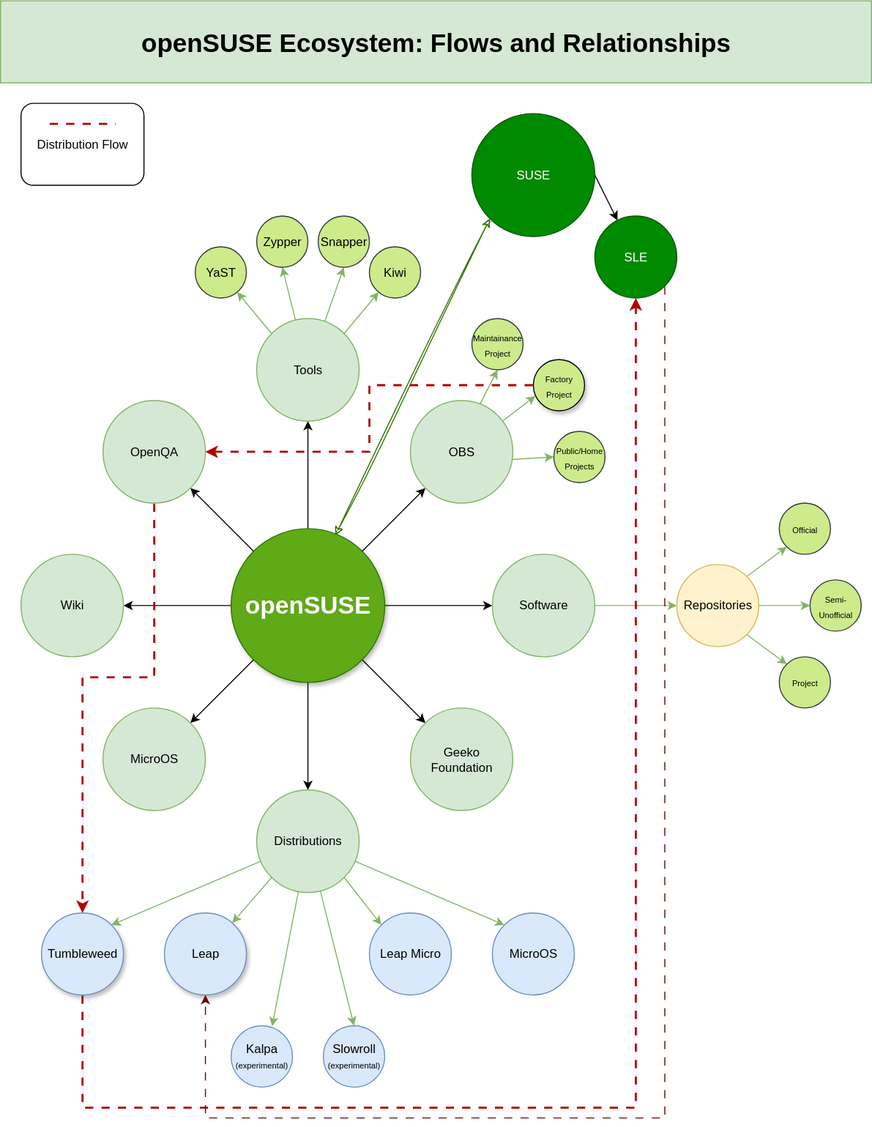
djmenig/openSUSE-website keeps this draw.io diagram as openSUSE-Ecosystem.drawio.svg. Above is the earlier version. Source tidied: cells renumbered, new cells last; positions are measured from the earlier drawing's top-left corner, leaving out a move shared by most shapes.
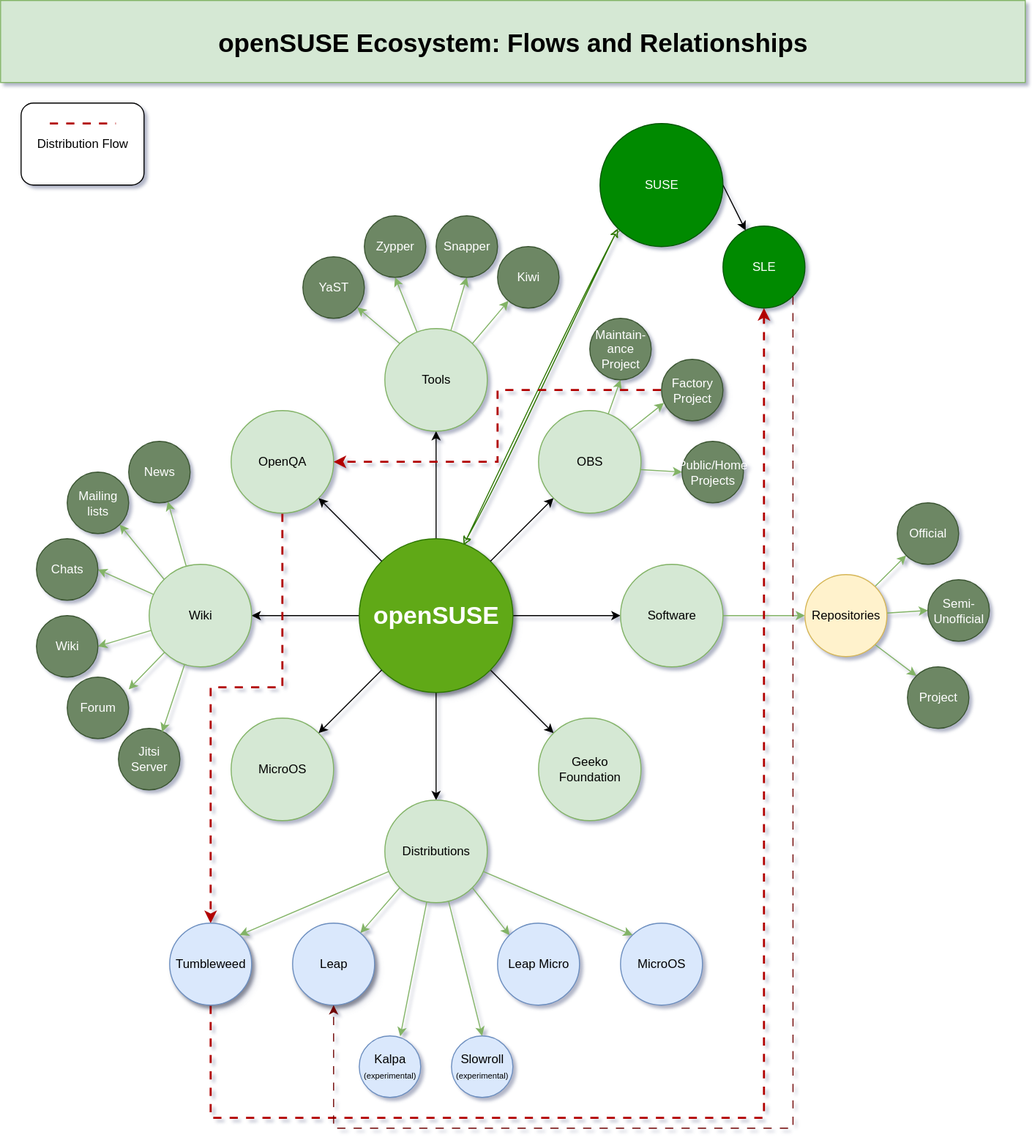
After the commit.

Commit message:
Update Ecosystem charts and include new file format version

Diff of the diagram source:
```diff
@@ -3,7 +3,7 @@
     <mxCell id="0" />
     <mxCell id="1" parent="0" />
     <mxCell id="2" value="Distribution Flow" style="rounded=1;whiteSpace=wrap;html=1;" parent="1" vertex="1">
-      <mxGeometry x="20" y="100" width="120" height="80" as="geometry" />
+      <mxGeometry x="-105" y="90" width="120" height="80" as="geometry" />
     </mxCell>
     <mxCell id="3" style="rounded=0;jettySize=auto;html=1;" parent="1" edge="1" source="8" target="27">
       <mxGeometry relative="1" as="geometry" />
@@ -61,6 +61,18 @@
     <mxCell id="19" value="Tools" style="ellipse;whiteSpace=wrap;html=1;fillColor=#d5e8d4;strokeColor=#82b366;" parent="1" vertex="1">
       <mxGeometry x="250" y="310" width="100" height="100" as="geometry" />
     </mxCell>
+    <mxCell id="64" style="rounded=0;jettySize=auto;html=1;fillColor=#d5e8d4;strokeColor=#82b366;" parent="1" edge="1" source="20" target="68">
+      <mxGeometry relative="1" as="geometry" />
+    </mxCell>
+    <mxCell id="65" style="rounded=0;jettySize=auto;html=1;exitX=0;exitY=0;exitDx=0;exitDy=0;entryX=1;entryY=1;entryDx=0;entryDy=0;fillColor=#d5e8d4;strokeColor=#82b366;" parent="1" edge="1" source="20" target="69">
+      <mxGeometry relative="1" as="geometry" />
+    </mxCell>
+    <mxCell id="66" style="rounded=0;jettySize=auto;html=1;entryX=1;entryY=0.5;entryDx=0;entryDy=0;fillColor=#d5e8d4;strokeColor=#82b366;" parent="1" edge="1" source="20" target="70">
+      <mxGeometry relative="1" as="geometry" />
+    </mxCell>
+    <mxCell id="67" style="rounded=0;jettySize=auto;html=1;entryX=1;entryY=0.5;entryDx=0;entryDy=0;fillColor=#d5e8d4;strokeColor=#82b366;" parent="1" edge="1" source="20" target="71">
+      <mxGeometry relative="1" as="geometry" />
+    </mxCell>
     <mxCell id="20" value="Wiki" style="ellipse;whiteSpace=wrap;html=1;fillColor=#d5e8d4;strokeColor=#82b366;" parent="1" vertex="1">
       <mxGeometry x="20" y="540" width="100" height="100" as="geometry" />
     </mxCell>
@@ -138,17 +150,17 @@
     <mxCell id="43" style="rounded=0;jettySize=auto;html=1;entryX=0.5;entryY=0;entryDx=0;entryDy=0;fillColor=#d5e8d4;strokeColor=#82b366;" parent="1" edge="1" source="25" target="41">
       <mxGeometry relative="1" as="geometry" />
     </mxCell>
-    <mxCell id="44" value="YaST" style="ellipse;whiteSpace=wrap;html=1;fillColor=#cdeb8b;strokeColor=#36393d;strokeWidth=1;" parent="1" vertex="1">
-      <mxGeometry x="190" y="240" width="50" height="50" as="geometry" />
+    <mxCell id="44" value="YaST" style="ellipse;whiteSpace=wrap;html=1;fillColor=#6d8764;strokeColor=#3A5431;strokeWidth=1;fontColor=#ffffff;" parent="1" vertex="1">
+      <mxGeometry x="170" y="240" width="60" height="60" as="geometry" />
     </mxCell>
-    <mxCell id="45" value="Zypper" style="ellipse;whiteSpace=wrap;html=1;fillColor=#cdeb8b;strokeColor=#36393d;strokeWidth=1;" parent="1" vertex="1">
-      <mxGeometry x="250" y="210" width="50" height="50" as="geometry" />
+    <mxCell id="45" value="Zypper" style="ellipse;whiteSpace=wrap;html=1;fillColor=#6d8764;strokeColor=#3A5431;strokeWidth=1;fontColor=#ffffff;" parent="1" vertex="1">
+      <mxGeometry x="230" y="200" width="60" height="60" as="geometry" />
     </mxCell>
-    <mxCell id="46" value="Snapper" style="ellipse;whiteSpace=wrap;html=1;fillColor=#cdeb8b;strokeColor=#36393d;strokeWidth=1;" parent="1" vertex="1">
-      <mxGeometry x="310" y="210" width="50" height="50" as="geometry" />
+    <mxCell id="46" value="Snapper" style="ellipse;whiteSpace=wrap;html=1;fillColor=#6d8764;strokeColor=#3A5431;strokeWidth=1;fontColor=#ffffff;" parent="1" vertex="1">
+      <mxGeometry x="300" y="200" width="60" height="60" as="geometry" />
     </mxCell>
-    <mxCell id="47" value="Kiwi" style="ellipse;whiteSpace=wrap;html=1;fillColor=#cdeb8b;strokeColor=#36393d;strokeWidth=1;" parent="1" vertex="1">
-      <mxGeometry x="360" y="240" width="50" height="50" as="geometry" />
+    <mxCell id="47" value="Kiwi" style="ellipse;whiteSpace=wrap;html=1;fillColor=#6d8764;strokeColor=#3A5431;strokeWidth=1;fontColor=#ffffff;" parent="1" vertex="1">
+      <mxGeometry x="360" y="230" width="60" height="60" as="geometry" />
     </mxCell>
     <mxCell id="48" style="rounded=0;jettySize=auto;html=1;exitX=1;exitY=0;exitDx=0;exitDy=0;fillColor=#d5e8d4;strokeColor=#82b366;" parent="1" edge="1" source="19" target="47">
       <mxGeometry relative="1" as="geometry" />
@@ -176,35 +188,59 @@
     <mxCell id="54" style="edgeStyle=orthogonalEdgeStyle;rounded=0;jettySize=auto;html=1;fillColor=#e51400;strokeColor=#B20000;flowAnimation=1;strokeWidth=2;" parent="1" edge="1" source="55" target="12">
       <mxGeometry relative="1" as="geometry" />
     </mxCell>
-    <mxCell id="55" value="&lt;div&gt;&lt;font style=&quot;font-size: 8px;&quot;&gt;Factory&lt;/font&gt;&lt;/div&gt;&lt;div&gt;&lt;font style=&quot;font-size: 8px;&quot;&gt;Project&lt;/font&gt;&lt;/div&gt;" style="ellipse;whiteSpace=wrap;html=1;fillColor=#cdeb8b;strokeColor=default;shadow=1;" parent="1" vertex="1">
-      <mxGeometry x="520" y="350" width="50" height="50" as="geometry" />
+    <mxCell id="55" value="&lt;div&gt;&lt;font&gt;Factory&lt;/font&gt;&lt;/div&gt;&lt;div&gt;&lt;font&gt;Project&lt;/font&gt;&lt;/div&gt;" style="ellipse;whiteSpace=wrap;html=1;fillColor=#6d8764;strokeColor=#3A5431;shadow=1;fontColor=#ffffff;" parent="1" vertex="1">
+      <mxGeometry x="520" y="340" width="60" height="60" as="geometry" />
     </mxCell>
-    <mxCell id="56" value="&lt;div&gt;&lt;font style=&quot;font-size: 8px;&quot;&gt;Maintainance&lt;/font&gt;&lt;/div&gt;&lt;div&gt;&lt;font style=&quot;font-size: 8px;&quot;&gt;Project&lt;/font&gt;&lt;/div&gt;" style="ellipse;whiteSpace=wrap;html=1;fillColor=#cdeb8b;strokeColor=#36393d;" parent="1" vertex="1">
-      <mxGeometry x="460" y="310" width="50" height="50" as="geometry" />
+    <mxCell id="56" value="&lt;div&gt;&lt;font&gt;Maintain-ance&lt;/font&gt;&lt;/div&gt;&lt;div&gt;&lt;font&gt;Project&lt;/font&gt;&lt;/div&gt;" style="ellipse;whiteSpace=wrap;html=1;fillColor=#6d8764;strokeColor=#3A5431;fontColor=#ffffff;" parent="1" vertex="1">
+      <mxGeometry x="450" y="300" width="60" height="60" as="geometry" />
     </mxCell>
-    <mxCell id="57" value="&lt;div&gt;&lt;font style=&quot;font-size: 8px;&quot;&gt;Public/Home Projects&lt;/font&gt;&lt;/div&gt;" style="ellipse;whiteSpace=wrap;html=1;fillColor=#cdeb8b;strokeColor=#36393d;" parent="1" vertex="1">
-      <mxGeometry x="540" y="420" width="50" height="50" as="geometry" />
+    <mxCell id="57" value="&lt;div&gt;&lt;font&gt;Public/Home Projects&lt;/font&gt;&lt;/div&gt;" style="ellipse;whiteSpace=wrap;html=1;fillColor=#6d8764;strokeColor=#3A5431;fontColor=#ffffff;" parent="1" vertex="1">
+      <mxGeometry x="540" y="420" width="60" height="60" as="geometry" />
     </mxCell>
-    <mxCell id="58" value="&lt;font style=&quot;font-size: 8px;&quot;&gt;Official&lt;/font&gt;" style="ellipse;whiteSpace=wrap;html=1;fillColor=#cdeb8b;strokeColor=#36393d;" parent="1" vertex="1">
-      <mxGeometry x="760" y="490" width="50" height="50" as="geometry" />
+    <mxCell id="58" value="&lt;font&gt;Official&lt;/font&gt;" style="ellipse;whiteSpace=wrap;html=1;fillColor=#6d8764;strokeColor=#3A5431;fontColor=#ffffff;" parent="1" vertex="1">
+      <mxGeometry x="750" y="480" width="60" height="60" as="geometry" />
     </mxCell>
-    <mxCell id="59" value="&lt;font style=&quot;font-size: 8px;&quot;&gt;Semi-Unofficial&lt;/font&gt;" style="ellipse;whiteSpace=wrap;html=1;fillColor=#cdeb8b;strokeColor=#36393d;" parent="1" vertex="1">
-      <mxGeometry x="790" y="565" width="50" height="50" as="geometry" />
+    <mxCell id="59" value="&lt;font&gt;Semi-Unofficial&lt;/font&gt;" style="ellipse;whiteSpace=wrap;html=1;fillColor=#6d8764;strokeColor=#3A5431;fontColor=#ffffff;" parent="1" vertex="1">
+      <mxGeometry x="780" y="555" width="60" height="60" as="geometry" />
     </mxCell>
-    <mxCell id="60" value="&lt;font style=&quot;font-size: 8px;&quot;&gt;Project&lt;/font&gt;" style="ellipse;whiteSpace=wrap;html=1;fillColor=#cdeb8b;strokeColor=#36393d;" parent="1" vertex="1">
-      <mxGeometry x="760" y="640" width="50" height="50" as="geometry" />
+    <mxCell id="60" value="&lt;font&gt;Project&lt;/font&gt;" style="ellipse;whiteSpace=wrap;html=1;fillColor=#6d8764;strokeColor=#3A5431;fontColor=#ffffff;" parent="1" vertex="1">
+      <mxGeometry x="760" y="640" width="60" height="60" as="geometry" />
     </mxCell>
     <mxCell id="61" style="rounded=0;jettySize=auto;html=1;entryX=0.04;entryY=0.71;entryDx=0;entryDy=0;entryPerimeter=0;fillColor=#d5e8d4;strokeColor=#82b366;" parent="1" edge="1" source="15" target="55">
       <mxGeometry relative="1" as="geometry" />
     </mxCell>
     <mxCell id="62" value="&lt;b&gt;&lt;font style=&quot;font-size: 25px;&quot;&gt;openSUSE Ecosystem: Flows and Relationships&lt;/font&gt;&lt;/b&gt;" style="rounded=0;whiteSpace=wrap;html=1;fillColor=#d5e8d4;strokeColor=#82b366;" parent="1" vertex="1">
-      <mxGeometry width="850" height="80" as="geometry" />
+      <mxGeometry x="-125" y="-10" width="1000" height="80" as="geometry" />
     </mxCell>
     <mxCell id="63" style="endArrow=none;html=1;rounded=0;strokeWidth=2;fillColor=#e51400;strokeColor=#B20000;flowAnimation=1;endFill=0;" parent="1" edge="1">
       <mxGeometry relative="1" as="geometry">
-        <mxPoint x="47.5" y="120" as="sourcePoint" />
-        <mxPoint x="112.5" y="120" as="targetPoint" />
+        <mxPoint x="-77.5" y="110" as="sourcePoint" />
+        <mxPoint x="-12.5" y="110" as="targetPoint" />
       </mxGeometry>
     </mxCell>
+    <mxCell id="68" value="News" style="ellipse;whiteSpace=wrap;html=1;fillColor=#6d8764;strokeColor=#3A5431;fontColor=#ffffff;" parent="1" vertex="1">
+      <mxGeometry y="420" width="60" height="60" as="geometry" />
+    </mxCell>
+    <mxCell id="69" value="Mailing lists" style="ellipse;whiteSpace=wrap;html=1;fillColor=#6d8764;strokeColor=#3A5431;fontColor=#ffffff;" parent="1" vertex="1">
+      <mxGeometry x="-60" y="450" width="60" height="60" as="geometry" />
+    </mxCell>
+    <mxCell id="70" value="Chats" style="ellipse;whiteSpace=wrap;html=1;fillColor=#6d8764;strokeColor=#3A5431;fontColor=#ffffff;" parent="1" vertex="1">
+      <mxGeometry x="-90" y="515" width="60" height="60" as="geometry" />
+    </mxCell>
+    <mxCell id="71" value="Wiki" style="ellipse;whiteSpace=wrap;html=1;fillColor=#6d8764;strokeColor=#3A5431;fontColor=#ffffff;" parent="1" vertex="1">
+      <mxGeometry x="-90" y="590" width="60" height="60" as="geometry" />
+    </mxCell>
+    <mxCell id="72" value="Forum" style="ellipse;whiteSpace=wrap;html=1;fillColor=#6d8764;strokeColor=#3A5431;fontColor=#ffffff;" parent="1" vertex="1">
+      <mxGeometry x="-60" y="650" width="60" height="60" as="geometry" />
+    </mxCell>
+    <mxCell id="73" value="Jitsi Server" style="ellipse;whiteSpace=wrap;html=1;fillColor=#6d8764;strokeColor=#3A5431;fontColor=#ffffff;" parent="1" vertex="1">
+      <mxGeometry x="-10" y="700" width="60" height="60" as="geometry" />
+    </mxCell>
+    <mxCell id="74" style="rounded=0;jettySize=auto;html=1;entryX=1;entryY=0.2;entryDx=0;entryDy=0;entryPerimeter=0;fillColor=#d5e8d4;strokeColor=#82b366;" parent="1" edge="1" source="20" target="72">
+      <mxGeometry relative="1" as="geometry" />
+    </mxCell>
+    <mxCell id="75" style="rounded=0;jettySize=auto;html=1;entryX=0.71;entryY=0.06;entryDx=0;entryDy=0;entryPerimeter=0;fillColor=#d5e8d4;strokeColor=#82b366;" parent="1" edge="1" source="20" target="73">
+      <mxGeometry relative="1" as="geometry" />
+    </mxCell>
   </root>
 </mxGraphModel>
```
